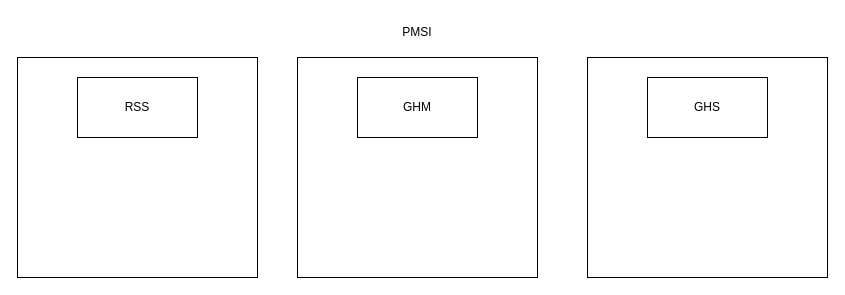
The draw.io diagram page "Page-1" (1 of 2) of PMSI vers GHS.drawio in eriam/Diagrammes, before the edit. Source tidied: cells renumbered, new cells numbered last; positions are measured from the earlier drawing's top-left corner, leaving out a move shared by most shapes. Both pictures are drawn from the tidied source at 100%, with x=0, y=0 at pixel (17, 17).
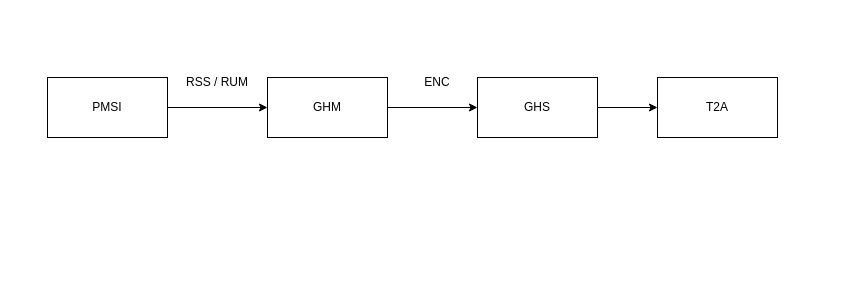
Above is the later version.

Commit message:
Mettre à jour PMSI vers GHS.drawio

Change to the diagram source:
```diff
@@
 <mxGraphModel>
   <root>
     <mxCell id="0" />
     <mxCell id="1" parent="0" />
-    <mxCell id="2" style="rounded=0;whiteSpace=wrap;html=1;" parent="1" vertex="1">
-      <mxGeometry y="40" width="240" height="220" as="geometry" />
-    </mxCell>
-    <mxCell id="3" style="rounded=0;whiteSpace=wrap;html=1;" parent="1" vertex="1">
-      <mxGeometry x="570" y="40" width="240" height="220" as="geometry" />
-    </mxCell>
-    <mxCell id="4" style="rounded=0;whiteSpace=wrap;html=1;" parent="1" vertex="1">
-      <mxGeometry x="280" y="40" width="240" height="220" as="geometry" />
-    </mxCell>
+    <mxCell id="9" style="edgeStyle=orthogonalEdgeStyle;rounded=0;jettySize=auto;html=1;entryX=0;entryY=0.5;entryDx=0;entryDy=0;" parent="1" edge="1" source="5" target="6">
+      <mxGeometry relative="1" as="geometry" />
+    </mxCell>
     <mxCell id="5" value="GHM" style="rounded=0;whiteSpace=wrap;html=1;" parent="1" vertex="1">
-      <mxGeometry x="340" y="60" width="120" height="60" as="geometry" />
+      <mxGeometry x="250" y="60" width="120" height="60" as="geometry" />
     </mxCell>
+    <mxCell id="10" style="edgeStyle=orthogonalEdgeStyle;rounded=0;jettySize=auto;html=1;entryX=0;entryY=0.5;entryDx=0;entryDy=0;" parent="1" edge="1" source="6" target="14">
+      <mxGeometry relative="1" as="geometry" />
+    </mxCell>
     <mxCell id="6" value="GHS" style="rounded=0;whiteSpace=wrap;html=1;" parent="1" vertex="1">
-      <mxGeometry x="630" y="60" width="120" height="60" as="geometry" />
+      <mxGeometry x="460" y="60" width="120" height="60" as="geometry" />
     </mxCell>
+    <mxCell id="11" style="edgeStyle=orthogonalEdgeStyle;rounded=0;jettySize=auto;html=1;" parent="1" edge="1" source="7" target="5">
+      <mxGeometry relative="1" as="geometry" />
+    </mxCell>
-    <mxCell id="7" value="RSS" style="rounded=0;whiteSpace=wrap;html=1;" parent="1" vertex="1">
-      <mxGeometry x="60" y="60" width="120" height="60" as="geometry" />
+    <mxCell id="7" value="PMSI" style="rounded=0;whiteSpace=wrap;html=1;" parent="1" vertex="1">
+      <mxGeometry x="30" y="60" width="120" height="60" as="geometry" />
     </mxCell>
-    <mxCell id="8" value="PMSI" style="text;html=1;strokeColor=none;fillColor=none;align=center;verticalAlign=middle;whiteSpace=wrap;rounded=0;" parent="1" vertex="1">
-      <mxGeometry x="370" width="60" height="30" as="geometry" />
-    </mxCell>
+    <mxCell id="12" value="RSS / RUM" style="text;html=1;strokeColor=none;fillColor=none;align=center;verticalAlign=middle;whiteSpace=wrap;rounded=0;" parent="1" vertex="1">
+      <mxGeometry x="160" y="50" width="80" height="30" as="geometry" />
+    </mxCell>
+    <mxCell id="13" value="ENC " style="text;html=1;strokeColor=none;fillColor=none;align=center;verticalAlign=middle;whiteSpace=wrap;rounded=0;" parent="1" vertex="1">
+      <mxGeometry x="380" y="50" width="80" height="30" as="geometry" />
+    </mxCell>
+    <mxCell id="14" value="T2A" style="rounded=0;whiteSpace=wrap;html=1;" parent="1" vertex="1">
+      <mxGeometry x="640" y="60" width="120" height="60" as="geometry" />
+    </mxCell>
   </root>
 </mxGraphModel>
```
